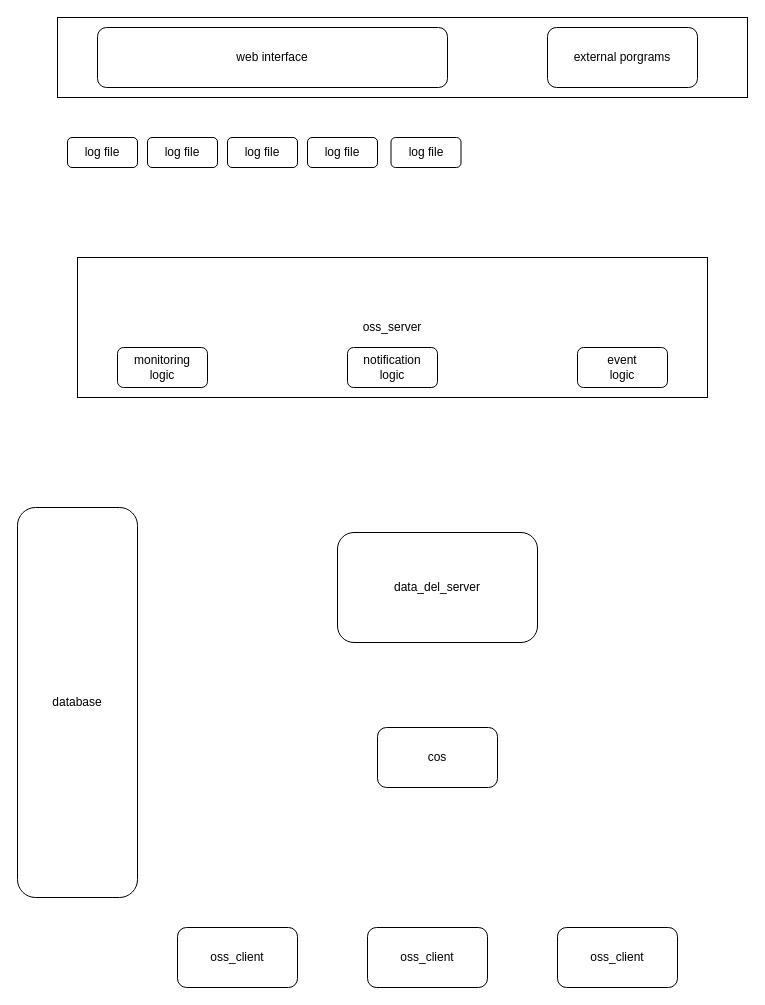
Above: 未命名绘图.drawio in 2212243743/Algorithmic (draw.io), before the change. Source tidied: cells renumbered, new cells numbered last; positions are measured from the earlier drawing's top-left corner, leaving out a move shared by most shapes. Both pictures are drawn from the tidied source at 100%, with x=0, y=0 at pixel (17, 17).
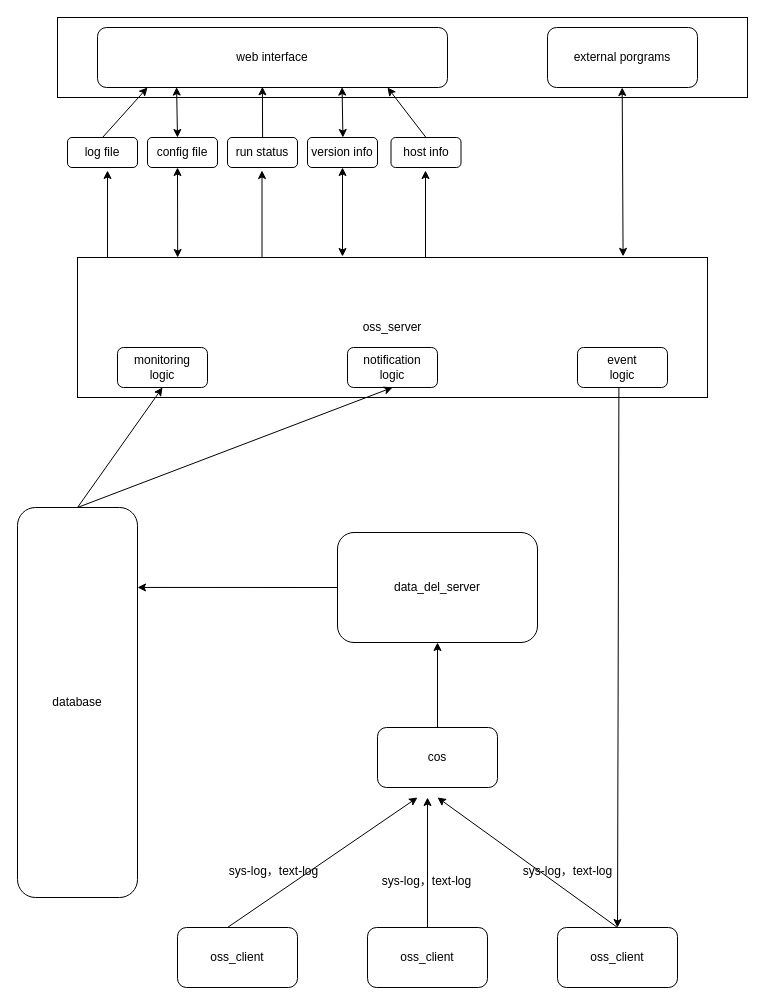
The same diagram, later.

Commit message:
更新未命名绘图.drawio

The change refers to these unchanged cells:
```xml
<mxCell id="3" value="web interface" style="rounded=1;whiteSpace=wrap;html=1;" parent="1" vertex="1">
  <mxGeometry x="80" y="10" width="350" height="60" as="geometry" />
</mxCell>
<mxCell id="5" value="oss_server" style="rounded=0;whiteSpace=wrap;html=1;" parent="1" vertex="1">
  <mxGeometry x="60" y="240" width="630" height="140" as="geometry" />
</mxCell>
<mxCell id="6" value="monitoring&lt;br&gt;logic" style="rounded=1;whiteSpace=wrap;html=1;" parent="1" vertex="1">
  <mxGeometry x="100" y="330" width="90" height="40" as="geometry" />
</mxCell>
<mxCell id="7" value="notification&lt;br&gt;logic" style="rounded=1;whiteSpace=wrap;html=1;" parent="1" vertex="1">
  <mxGeometry x="330" y="330" width="90" height="40" as="geometry" />
</mxCell>
<mxCell id="8" value="event&lt;br&gt;logic" style="rounded=1;whiteSpace=wrap;html=1;" parent="1" vertex="1">
  <mxGeometry x="560" y="330" width="90" height="40" as="geometry" />
</mxCell>
<mxCell id="9" value="database" style="rounded=1;whiteSpace=wrap;html=1;" parent="1" vertex="1">
  <mxGeometry y="490" width="120" height="390" as="geometry" />
</mxCell>
<mxCell id="10" value="data_del_server" style="rounded=1;whiteSpace=wrap;html=1;" parent="1" vertex="1">
  <mxGeometry x="320" y="515" width="200" height="110" as="geometry" />
</mxCell>
<mxCell id="11" value="cos" style="rounded=1;whiteSpace=wrap;html=1;" parent="1" vertex="1">
  <mxGeometry x="360" y="710" width="120" height="60" as="geometry" />
</mxCell>
<mxCell id="14" value="oss_client" style="rounded=1;whiteSpace=wrap;html=1;" parent="1" vertex="1">
  <mxGeometry x="540" y="910" width="120" height="60" as="geometry" />
</mxCell>
<mxCell id="15" value="log file" style="rounded=1;whiteSpace=wrap;html=1;" parent="1" vertex="1">
  <mxGeometry x="50" y="120" width="70" height="30" as="geometry" />
</mxCell>
```

Change to the diagram source:
```diff
@@
+    <mxCell id="20" style="edgeStyle=orthogonalEdgeStyle;rounded=0;jettySize=auto;html=1;exitX=0;exitY=0.5;exitDx=0;exitDy=0;entryX=1;entryY=0.205;entryDx=0;entryDy=0;entryPerimeter=0;" parent="1" edge="1" source="10" target="9">
+      <mxGeometry relative="1" as="geometry" />
+    </mxCell>
@@
+    <mxCell id="21" style="edgeStyle=orthogonalEdgeStyle;rounded=0;jettySize=auto;html=1;exitX=0.5;exitY=0;exitDx=0;exitDy=0;entryX=0.5;entryY=1;entryDx=0;entryDy=0;" parent="1" edge="1" source="11" target="10">
+      <mxGeometry relative="1" as="geometry" />
+    </mxCell>
@@
-    <mxCell id="16" value="log file" style="rounded=1;whiteSpace=wrap;html=1;" parent="1" vertex="1">
+    <mxCell id="16" value="config file" style="rounded=1;whiteSpace=wrap;html=1;" parent="1" vertex="1">
       <mxGeometry x="130" y="120" width="70" height="30" as="geometry" />
     </mxCell>
-    <mxCell id="17" value="log file" style="rounded=1;whiteSpace=wrap;html=1;" parent="1" vertex="1">
+    <mxCell id="17" value="run status" style="rounded=1;whiteSpace=wrap;html=1;" parent="1" vertex="1">
       <mxGeometry x="210" y="120" width="70" height="30" as="geometry" />
     </mxCell>
-    <mxCell id="18" value="log file" style="rounded=1;whiteSpace=wrap;html=1;" parent="1" vertex="1">
+    <mxCell id="18" value="version info" style="rounded=1;whiteSpace=wrap;html=1;" parent="1" vertex="1">
       <mxGeometry x="290" y="120" width="70" height="30" as="geometry" />
     </mxCell>
-    <mxCell id="19" value="log file" style="rounded=1;whiteSpace=wrap;html=1;" parent="1" vertex="1">
+    <mxCell id="19" value="host info" style="rounded=1;whiteSpace=wrap;html=1;" parent="1" vertex="1">
       <mxGeometry x="373.5" y="120" width="70" height="30" as="geometry" />
     </mxCell>
+    <mxCell id="22" style="endArrow=classic;html=1;entryX=0.5;entryY=1;entryDx=0;entryDy=0;" parent="1" edge="1">
+      <mxGeometry relative="1" as="geometry">
+        <mxPoint x="244.5" y="240" as="sourcePoint" />
+        <mxPoint x="244.5" y="153" as="targetPoint" />
+      </mxGeometry>
+    </mxCell>
+    <mxCell id="23" style="endArrow=classic;html=1;entryX=0.5;entryY=1;entryDx=0;entryDy=0;" parent="1" edge="1">
+      <mxGeometry relative="1" as="geometry">
+        <mxPoint x="408" y="240" as="sourcePoint" />
+        <mxPoint x="408" y="153" as="targetPoint" />
+      </mxGeometry>
+    </mxCell>
+    <mxCell id="24" style="endArrow=classic;html=1;entryX=0.5;entryY=1;entryDx=0;entryDy=0;" parent="1" edge="1">
+      <mxGeometry relative="1" as="geometry">
+        <mxPoint x="90" y="240" as="sourcePoint" />
+        <mxPoint x="90" y="153" as="targetPoint" />
+      </mxGeometry>
+    </mxCell>
+    <mxCell id="25" style="endArrow=classic;html=1;exitX=0.5;exitY=0;exitDx=0;exitDy=0;" parent="1" edge="1" source="15">
+      <mxGeometry relative="1" as="geometry">
+        <mxPoint x="130" y="70" as="targetPoint" />
+      </mxGeometry>
+    </mxCell>
+    <mxCell id="26" style="endArrow=classic;html=1;exitX=0.5;exitY=0;exitDx=0;exitDy=0;" parent="1" edge="1" source="19">
+      <mxGeometry relative="1" as="geometry">
+        <mxPoint x="370" y="70" as="targetPoint" />
+      </mxGeometry>
+    </mxCell>
+    <mxCell id="27" style="endArrow=classic;startArrow=classic;html=1;entryX=0.5;entryY=1;entryDx=0;entryDy=0;" parent="1" edge="1" target="18">
+      <mxGeometry relative="1" as="geometry">
+        <mxPoint x="325" y="239" as="sourcePoint" />
+      </mxGeometry>
+    </mxCell>
+    <mxCell id="28" style="endArrow=classic;html=1;entryX=0.228;entryY=0.988;entryDx=0;entryDy=0;entryPerimeter=0;" parent="1" edge="1">
+      <mxGeometry relative="1" as="geometry">
+        <mxPoint x="245.1" y="120" as="sourcePoint" />
+        <mxPoint x="244.9" y="69.3" as="targetPoint" />
+      </mxGeometry>
+    </mxCell>
+    <mxCell id="29" style="endArrow=classic;startArrow=classic;html=1;entryX=0.226;entryY=0.993;entryDx=0;entryDy=0;entryPerimeter=0;" parent="1" edge="1" target="3">
+      <mxGeometry relative="1" as="geometry">
+        <mxPoint x="160" y="120" as="sourcePoint" />
+      </mxGeometry>
+    </mxCell>
+    <mxCell id="30" style="endArrow=classic;startArrow=classic;html=1;entryX=0.226;entryY=0.993;entryDx=0;entryDy=0;entryPerimeter=0;exitX=0.159;exitY=0;exitDx=0;exitDy=0;exitPerimeter=0;" parent="1" edge="1" source="5">
+      <mxGeometry relative="1" as="geometry">
+        <mxPoint x="160" y="150" as="targetPoint" />
+      </mxGeometry>
+    </mxCell>
+    <mxCell id="31" style="endArrow=classic;startArrow=classic;html=1;entryX=0.226;entryY=0.993;entryDx=0;entryDy=0;entryPerimeter=0;" parent="1" edge="1">
+      <mxGeometry relative="1" as="geometry">
+        <mxPoint x="325.4" y="120" as="sourcePoint" />
+        <mxPoint x="324.6" y="69.6" as="targetPoint" />
+      </mxGeometry>
+    </mxCell>
+    <mxCell id="32" style="endArrow=classic;startArrow=classic;html=1;entryX=0.5;entryY=1;entryDx=0;entryDy=0;exitX=0.866;exitY=-0.008;exitDx=0;exitDy=0;exitPerimeter=0;" parent="1" edge="1" source="5">
+      <mxGeometry relative="1" as="geometry">
+        <mxPoint x="604.7" y="70" as="targetPoint" />
+      </mxGeometry>
+    </mxCell>
+    <mxCell id="33" style="endArrow=classic;html=1;" parent="1" edge="1">
+      <mxGeometry relative="1" as="geometry">
+        <mxPoint x="210" y="910" as="sourcePoint" />
+        <mxPoint x="400" y="780" as="targetPoint" />
+      </mxGeometry>
+    </mxCell>
+    <mxCell id="34" style="endArrow=classic;html=1;" parent="1" edge="1">
+      <mxGeometry relative="1" as="geometry">
+        <mxPoint x="410" y="910" as="sourcePoint" />
+        <mxPoint x="410" y="780" as="targetPoint" />
+      </mxGeometry>
+    </mxCell>
+    <mxCell id="35" style="endArrow=classic;html=1;" parent="1" edge="1">
+      <mxGeometry relative="1" as="geometry">
+        <mxPoint x="600" y="910" as="sourcePoint" />
+        <mxPoint x="420" y="780" as="targetPoint" />
+      </mxGeometry>
+    </mxCell>
+    <mxCell id="36" value="sys-log，text-log" style="text;html=1;align=center;verticalAlign=middle;" parent="1" vertex="1">
+      <mxGeometry x="206" y="844" width="100" height="20" as="geometry" />
+    </mxCell>
+    <mxCell id="37" value="sys-log，text-log" style="text;html=1;align=center;verticalAlign=middle;" parent="1" vertex="1">
+      <mxGeometry x="358.5" y="854" width="100" height="20" as="geometry" />
+    </mxCell>
+    <mxCell id="38" value="sys-log，text-log" style="text;html=1;align=center;verticalAlign=middle;" parent="1" vertex="1">
+      <mxGeometry x="500" y="844" width="100" height="20" as="geometry" />
+    </mxCell>
+    <mxCell id="39" style="endArrow=classic;html=1;entryX=0.5;entryY=1;entryDx=0;entryDy=0;" parent="1" edge="1" target="6">
+      <mxGeometry relative="1" as="geometry">
+        <mxPoint x="60" y="490" as="sourcePoint" />
+      </mxGeometry>
+    </mxCell>
+    <mxCell id="40" style="endArrow=classic;html=1;entryX=0.5;entryY=1;entryDx=0;entryDy=0;" parent="1" edge="1" target="7">
+      <mxGeometry relative="1" as="geometry">
+        <mxPoint x="60" y="490" as="sourcePoint" />
+      </mxGeometry>
+    </mxCell>
+    <mxCell id="41" style="endArrow=classic;html=1;exitX=0.46;exitY=1;exitDx=0;exitDy=0;exitPerimeter=0;entryX=0.5;entryY=0;entryDx=0;entryDy=0;" parent="1" edge="1" source="8" target="14">
+      <mxGeometry relative="1" as="geometry" />
+    </mxCell>
```
